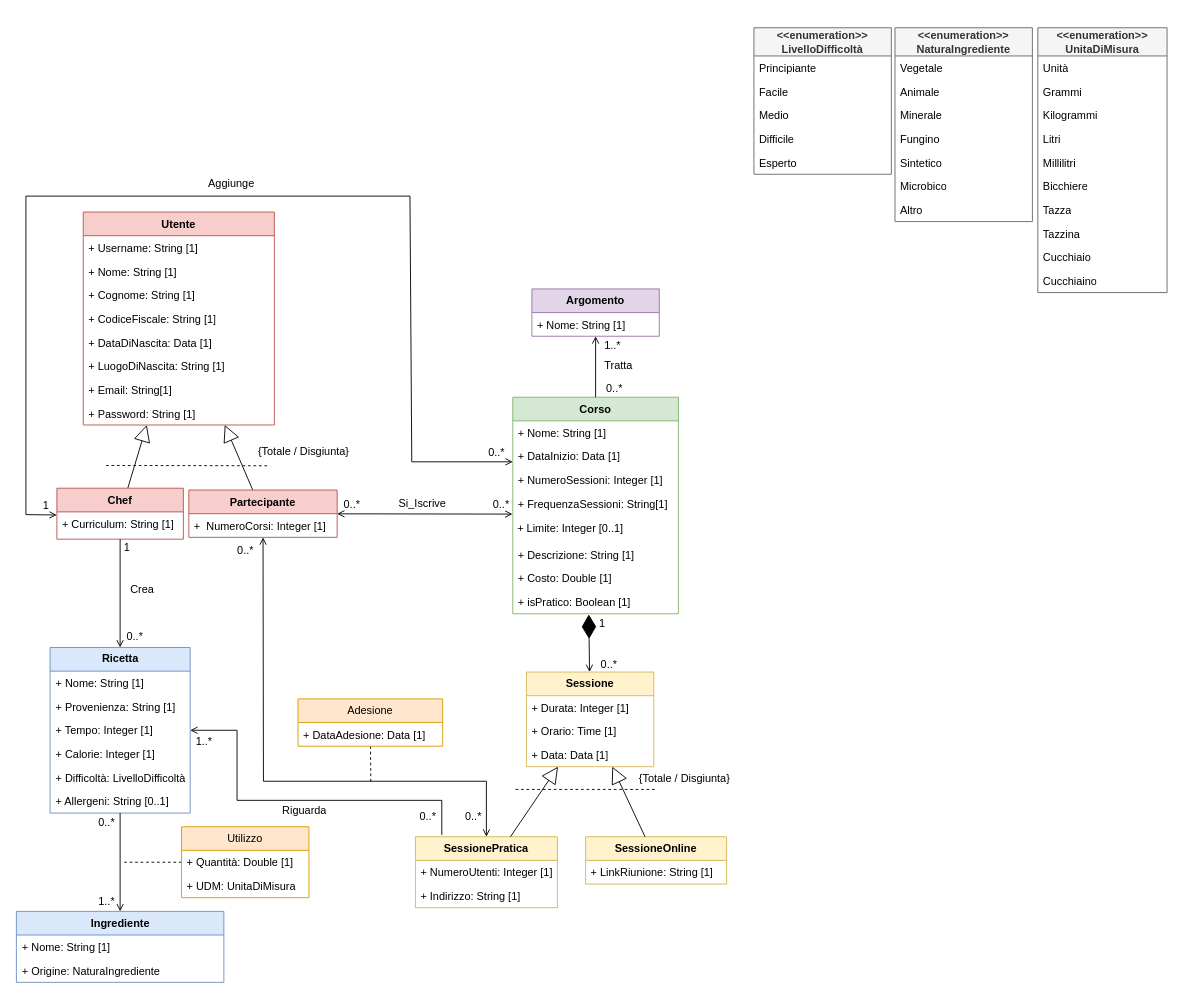
Before: page "Pagina-1" (1 of 2) of Object Orientation/UninaFoodLab_UML.drawio in KiyoWasTakenn/UninaFoodLab, a draw.io diagram. Source tidied: cells renumbered, new cells numbered last; positions are measured from the earlier drawing's top-left corner, leaving out a move shared by most shapes. Both pictures are drawn from the tidied source at 91%, with x=0, y=0 at pixel (15, 27).
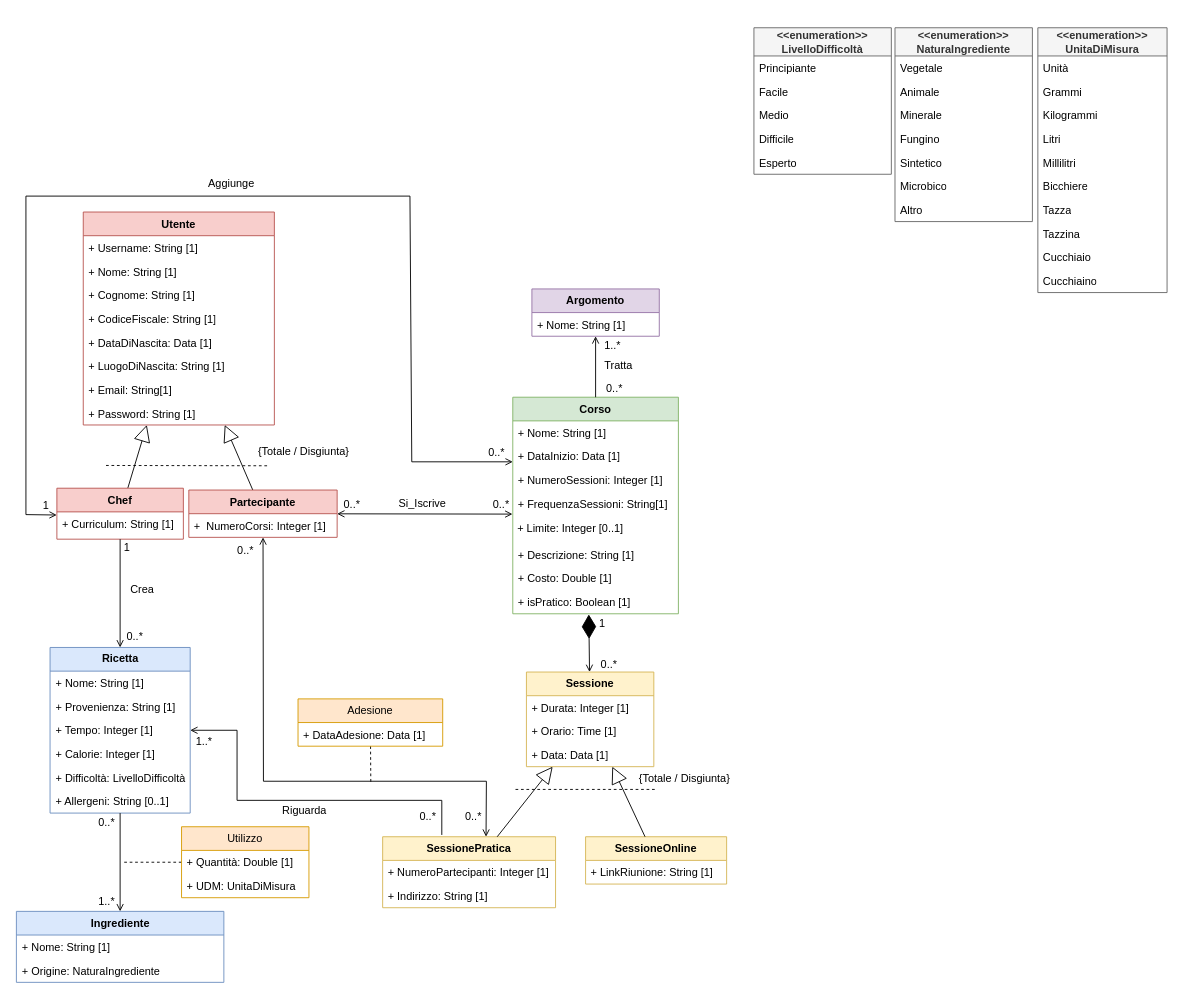
After the change.

The change refers to these unchanged cells:
```xml
<mxCell id="50" value="Partecipante" style="swimlane;fontStyle=1;align=center;verticalAlign=top;horizontal=1;startSize=26;whiteSpace=wrap;html=1;fillColor=#f8cecc;strokeColor=#b85450;" parent="1" vertex="1">
  <mxGeometry x="190" y="508" width="163" height="52" as="geometry" />
</mxCell>
```

Diff of the diagram source:
```diff
@@
     <mxCell id="26" value="&lt;b&gt;SessionePratica&lt;/b&gt;" style="swimlane;fontStyle=0;horizontal=1;startSize=26;whiteSpace=wrap;html=1;fillColor=#fff2cc;strokeColor=#d6b656;glass=0;rounded=0;shadow=0;swimlaneLine=1;gradientColor=none;" parent="1" vertex="1">
-      <mxGeometry x="439" y="889" width="156" height="78" as="geometry" />
+      <mxGeometry x="403" y="889" width="190" height="78" as="geometry" />
     </mxCell>
-    <mxCell id="27" value="+ NumeroUtenti: Integer [1]" style="text;strokeColor=none;fillColor=none;align=left;verticalAlign=top;spacingLeft=4;spacingRight=4;overflow=hidden;whiteSpace=wrap;html=1;" parent="26" vertex="1">
-      <mxGeometry y="26" width="156" height="26" as="geometry" />
+    <mxCell id="27" value="+ NumeroPartecipanti: Integer [1]" style="text;strokeColor=none;fillColor=none;align=left;verticalAlign=top;spacingLeft=4;spacingRight=4;overflow=hidden;whiteSpace=wrap;html=1;" parent="26" vertex="1">
+      <mxGeometry y="26" width="190" height="26" as="geometry" />
     </mxCell>
     <mxCell id="28" value="+ Indirizzo: String [1]" style="text;strokeColor=none;fillColor=none;align=left;verticalAlign=top;spacingLeft=4;spacingRight=4;overflow=hidden;whiteSpace=wrap;html=1;" parent="26" vertex="1">
-      <mxGeometry y="52" width="156" height="26" as="geometry" />
+      <mxGeometry y="52" width="190" height="26" as="geometry" />
     </mxCell>
@@
-    <mxCell id="65" style="endArrow=open;html=1;rounded=0;startArrow=open;startFill=0;endFill=0;" parent="1" edge="1" source="26" target="50">
+    <mxCell id="65" style="endArrow=open;html=1;rounded=0;startArrow=open;startFill=0;endFill=0;exitX=0.598;exitY=0;exitDx=0;exitDy=0;exitPerimeter=0;" parent="1" edge="1" source="26" target="50">
       <mxGeometry relative="1" as="geometry">
         <Array as="points">
           <mxPoint x="517" y="828" />
           <mxPoint x="272" y="828" />
         </Array>
       </mxGeometry>
     </mxCell>
```
